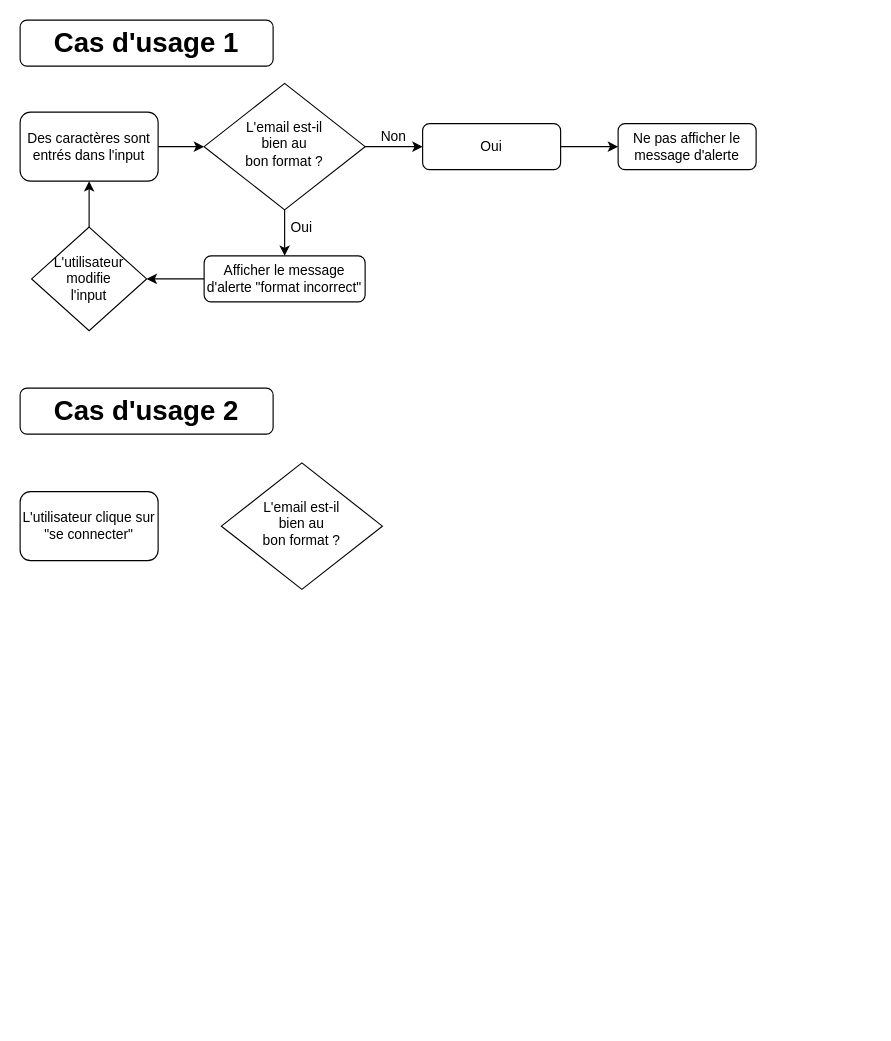
Adv13/DENIE_Tiffany_10_03032022 keeps this draw.io diagram as page "Page de connexion" (1 of 5) of Learn@Home_Diagrammes.drawio. Above is the earlier version. Source tidied: cells renumbered, new cells numbered last; positions are measured from the earlier drawing's top-left corner, leaving out a move shared by most shapes. Both pictures are drawn from the tidied source at 115%, with x=0, y=0 at pixel (20, 20).
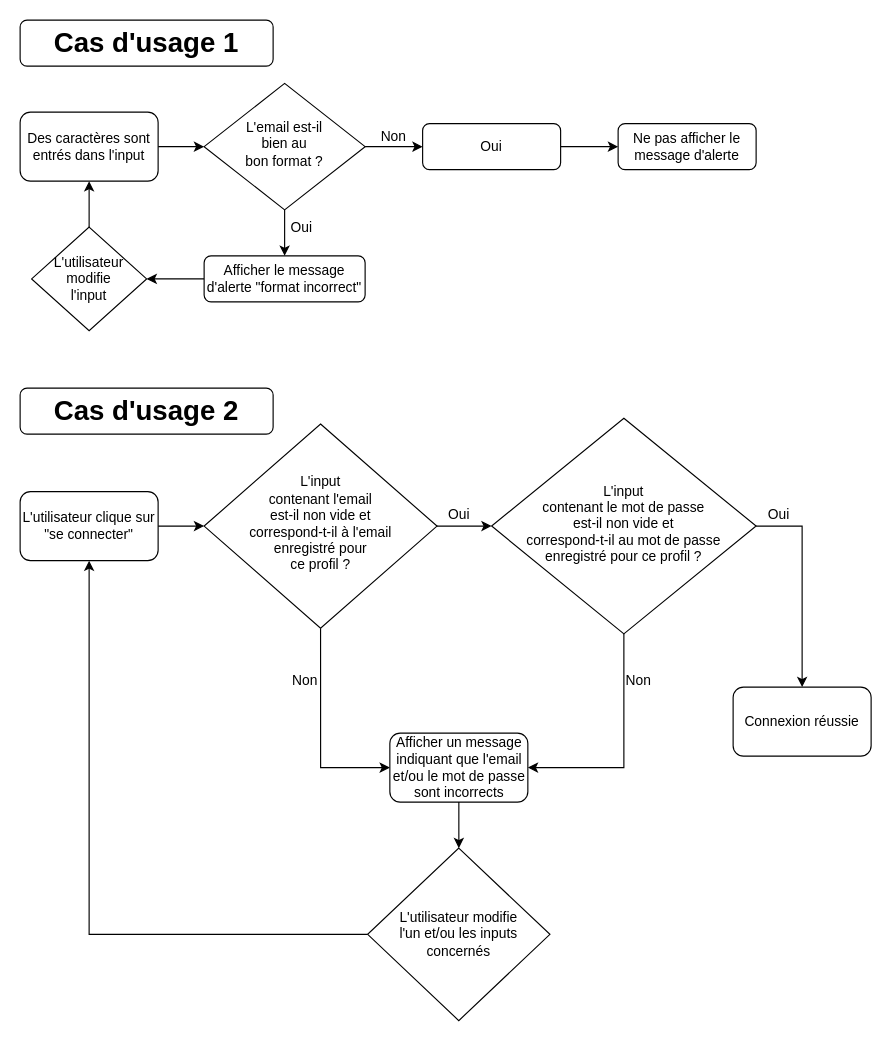
The same page after the edit.

Unchanged cells that the change refers to:
```xml
<mxCell id="18" value="L'utilisateur clique sur &quot;se connecter&quot;" style="rounded=1;whiteSpace=wrap;html=1;" parent="1" vertex="1">
  <mxGeometry y="410" width="120" height="60" as="geometry" />
</mxCell>
```

The edit, as a diff of the source:
```diff
@@
+    <mxCell id="20" style="edgeStyle=orthogonalEdgeStyle;rounded=0;jettySize=auto;html=1;exitX=1;exitY=0.5;exitDx=0;exitDy=0;entryX=0;entryY=0.5;entryDx=0;entryDy=0;fontSize=12;" parent="1" edge="1" source="18" target="19">
+      <mxGeometry relative="1" as="geometry" />
+    </mxCell>
@@
+    <mxCell id="21" style="edgeStyle=orthogonalEdgeStyle;rounded=0;jettySize=auto;html=1;exitX=1;exitY=0.5;exitDx=0;exitDy=0;entryX=0;entryY=0.5;entryDx=0;entryDy=0;fontSize=12;" parent="1" edge="1" source="19" target="25">
+      <mxGeometry relative="1" as="geometry" />
+    </mxCell>
+    <mxCell id="22" style="edgeStyle=orthogonalEdgeStyle;rounded=0;jettySize=auto;html=1;exitX=0.5;exitY=1;exitDx=0;exitDy=0;entryX=0;entryY=0.5;entryDx=0;entryDy=0;fontSize=12;" parent="1" edge="1" source="19" target="30">
+      <mxGeometry relative="1" as="geometry" />
+    </mxCell>
-    <mxCell id="19" value="L'email est-il&lt;br&gt;bien au&lt;br&gt;bon format ?" style="rhombus;whiteSpace=wrap;html=1;shadow=0;fontFamily=Helvetica;fontSize=12;align=center;strokeWidth=1;spacing=6;spacingTop=-4;" parent="1" vertex="1">
-      <mxGeometry x="175" y="385" width="140" height="110" as="geometry" />
+    <mxCell id="19" value="L'input&lt;br&gt;contenant l'email&lt;br&gt;est-il non vide et&lt;br&gt;correspond-t-il à l'email&lt;br&gt;enregistré pour&lt;br&gt;ce profil&amp;nbsp;?" style="rhombus;whiteSpace=wrap;html=1;shadow=0;fontFamily=Helvetica;fontSize=12;align=center;strokeWidth=1;spacing=6;spacingTop=-4;" parent="1" vertex="1">
+      <mxGeometry x="160" y="351.2" width="202.5" height="177.5" as="geometry" />
     </mxCell>
+    <mxCell id="23" style="edgeStyle=orthogonalEdgeStyle;rounded=0;jettySize=auto;html=1;exitX=1;exitY=0.5;exitDx=0;exitDy=0;fontSize=12;" parent="1" edge="1" source="25" target="27">
+      <mxGeometry relative="1" as="geometry" />
+    </mxCell>
+    <mxCell id="24" style="edgeStyle=orthogonalEdgeStyle;rounded=0;jettySize=auto;html=1;exitX=0.5;exitY=1;exitDx=0;exitDy=0;fontSize=12;entryX=1;entryY=0.5;entryDx=0;entryDy=0;" parent="1" edge="1" source="25" target="30">
+      <mxGeometry relative="1" as="geometry" />
+    </mxCell>
+    <mxCell id="25" value="L'input&lt;br&gt;contenant le mot de passe&lt;br&gt;est-il non vide et&lt;br&gt;correspond-t-il au mot de passe enregistré pour ce profil ?" style="rhombus;whiteSpace=wrap;html=1;shadow=0;fontFamily=Helvetica;fontSize=12;align=center;strokeWidth=1;spacing=6;spacingTop=-4;" parent="1" vertex="1">
+      <mxGeometry x="410" y="346.2" width="230" height="187.5" as="geometry" />
+    </mxCell>
+    <mxCell id="26" value="Oui" style="text;html=1;strokeColor=none;fillColor=none;align=center;verticalAlign=middle;whiteSpace=wrap;rounded=0;fontSize=12;" parent="1" vertex="1">
+      <mxGeometry x="366.5" y="420" width="30" height="20" as="geometry" />
+    </mxCell>
+    <mxCell id="27" value="Connexion réussie" style="rounded=1;whiteSpace=wrap;html=1;" parent="1" vertex="1">
+      <mxGeometry x="620" y="580" width="120" height="60" as="geometry" />
+    </mxCell>
+    <mxCell id="28" value="Oui" style="text;html=1;strokeColor=none;fillColor=none;align=center;verticalAlign=middle;whiteSpace=wrap;rounded=0;fontSize=12;" parent="1" vertex="1">
+      <mxGeometry x="645" y="420" width="30" height="20" as="geometry" />
+    </mxCell>
+    <mxCell id="29" style="edgeStyle=orthogonalEdgeStyle;rounded=0;jettySize=auto;html=1;exitX=0.5;exitY=1;exitDx=0;exitDy=0;fontSize=12;" parent="1" edge="1" source="30" target="34">
+      <mxGeometry relative="1" as="geometry" />
+    </mxCell>
+    <mxCell id="30" value="Afficher un message indiquant que l'email et/ou le mot de passe sont incorrects" style="rounded=1;whiteSpace=wrap;html=1;" parent="1" vertex="1">
+      <mxGeometry x="321.5" y="620" width="120" height="60" as="geometry" />
+    </mxCell>
+    <mxCell id="31" value="Non" style="text;html=1;strokeColor=none;fillColor=none;align=center;verticalAlign=middle;whiteSpace=wrap;rounded=0;fontSize=12;" parent="1" vertex="1">
+      <mxGeometry x="233" y="565" width="30" height="20" as="geometry" />
+    </mxCell>
+    <mxCell id="32" value="Non" style="text;html=1;strokeColor=none;fillColor=none;align=center;verticalAlign=middle;whiteSpace=wrap;rounded=0;fontSize=12;" parent="1" vertex="1">
+      <mxGeometry x="523" y="565" width="30" height="20" as="geometry" />
+    </mxCell>
+    <mxCell id="33" style="edgeStyle=orthogonalEdgeStyle;rounded=0;jettySize=auto;html=1;exitX=0;exitY=0.5;exitDx=0;exitDy=0;entryX=0.5;entryY=1;entryDx=0;entryDy=0;fontSize=12;" parent="1" edge="1" source="34" target="18">
+      <mxGeometry relative="1" as="geometry" />
+    </mxCell>
+    <mxCell id="34" value="L'utilisateur modifie&lt;br&gt;l'un et/ou les inputs concernés" style="rhombus;whiteSpace=wrap;html=1;fontSize=12;" parent="1" vertex="1">
+      <mxGeometry x="302.2" y="720" width="158.5" height="150" as="geometry" />
+    </mxCell>
```
